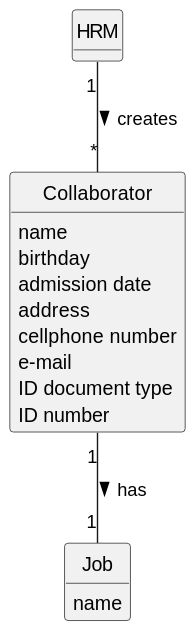
This is docs/sprintA/us003/02.analysis/svg/us003-domain-model.svg from Departamento-de-Engenharia-Informatica/lei-24-s2-1do-g164, a PlantUML export, as it was before one commit.
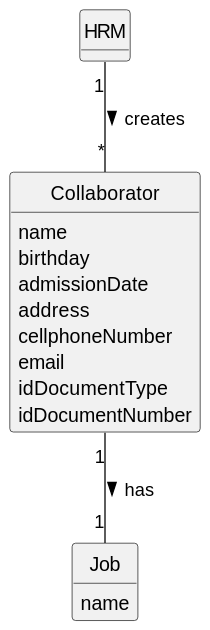
Above is the later version.

Commit message:
Glossary fixes, us003 ssd fixes an domain model to camel case, us008 small corrections

Diff of the diagram source:
```diff
@@ -16,12 +16,12 @@
 class Collaborator {
     name
     birthday
-    admission date
+    admissionDate
     address
-    cellphone number
-    e-mail
-    ID document type
-    ID number
+    cellphoneNumber
+    email
+    idDocumentType
+    idDocumentNumber
 }
 
 
```
